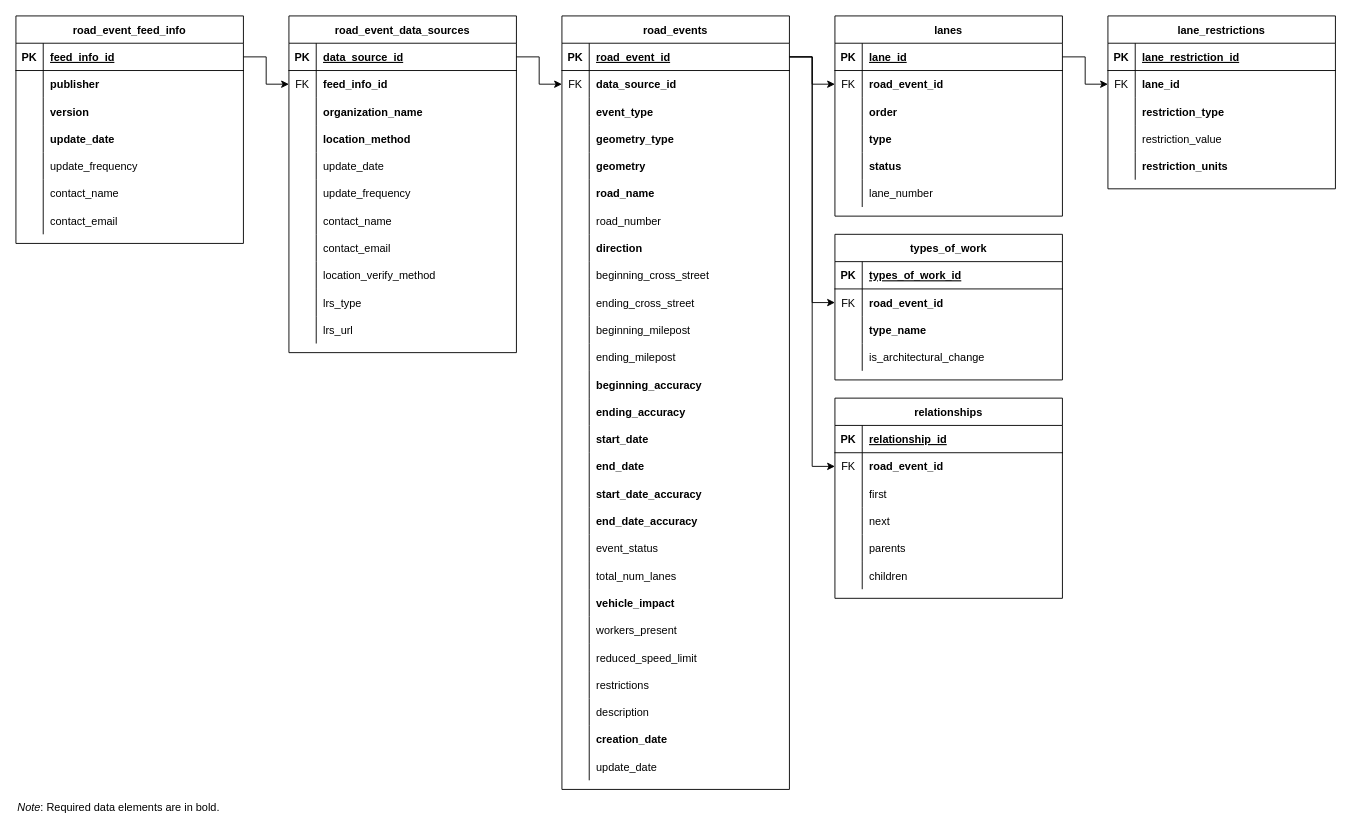
Before: page "road_event_erd" (1 of 2) of images/road_event_erd.drawio in usdot-jpo-ode/wzdx, a draw.io diagram. Source tidied: cells renumbered, new cells numbered last; positions are measured from the earlier drawing's top-left corner, leaving out a move shared by most shapes. Both pictures are drawn from the tidied source at 91%, with x=0, y=0 at pixel (15, 15).
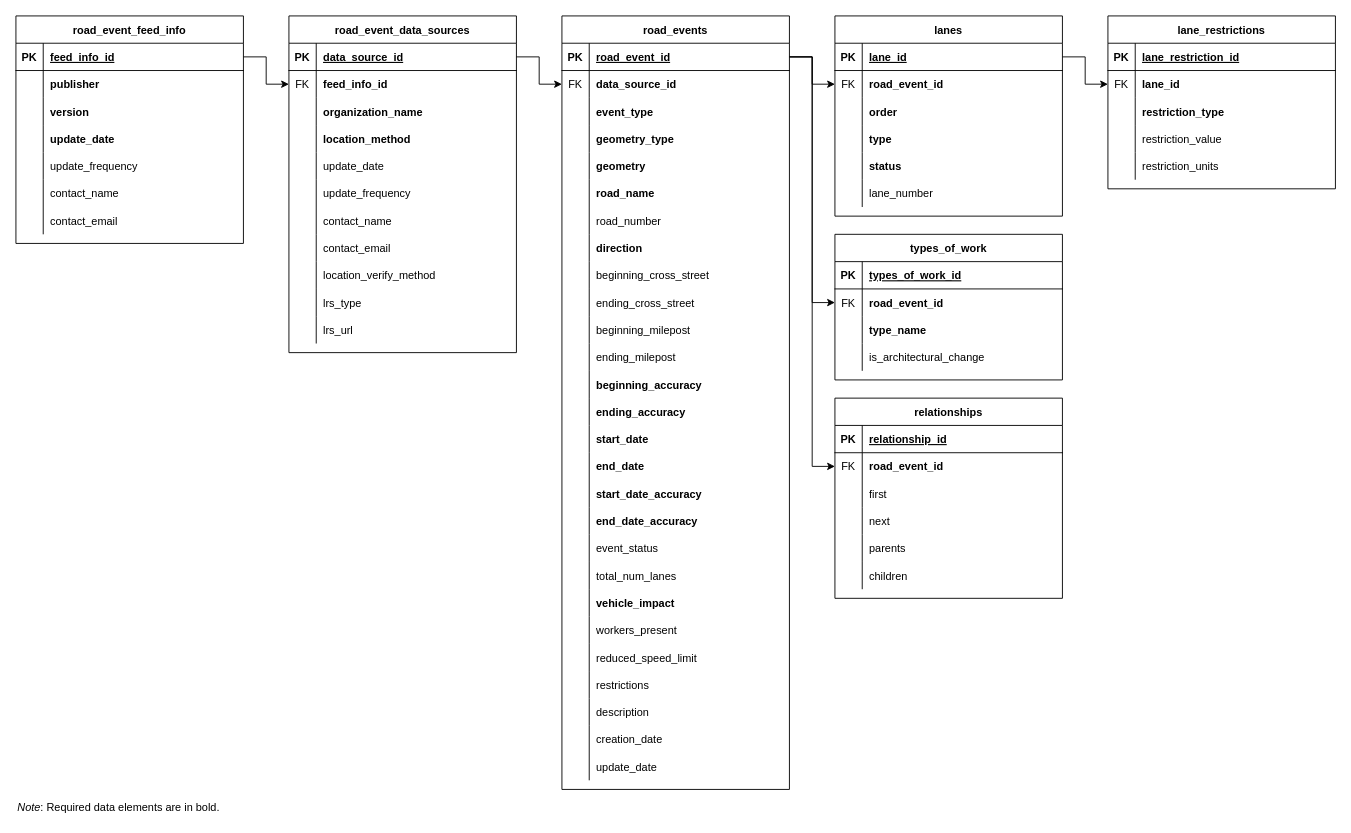
The same diagram, later.

Commit message (it also covers changes not shown here):
ERD fix: unbold creation_date and restriction_units

The change refers to these unchanged cells:
```xml
<mxCell id="138" style="shape=partialRectangle;fillColor=none;top=0;left=0;right=0;bottom=0;fontStyle=1;" parent="62" vertex="1">
  <mxGeometry y="780" width="250" height="30" as="geometry" />
</mxCell>
<mxCell id="210" style="shape=partialRectangle;fillColor=none;top=0;left=0;right=0;bottom=0;" parent="197" vertex="1">
  <mxGeometry y="150" width="250" height="30" as="geometry" />
</mxCell>
```

Diff of the diagram source:
```diff
@@
-    <mxCell id="140" value="creation_date" style="shape=partialRectangle;overflow=hidden;fillColor=none;top=0;left=0;bottom=0;right=0;align=left;spacingLeft=6;fontStyle=1;" parent="138" vertex="1">
+    <mxCell id="140" value="creation_date" style="shape=partialRectangle;overflow=hidden;fillColor=none;top=0;left=0;bottom=0;right=0;align=left;spacingLeft=6;fontStyle=0;" parent="138" vertex="1">
       <mxGeometry x="30" width="220" height="30" as="geometry" />
     </mxCell>
@@
-    <mxCell id="212" value="restriction_units" style="shape=partialRectangle;overflow=hidden;fillColor=none;top=0;left=0;bottom=0;right=0;align=left;spacingLeft=6;fontStyle=1;" parent="210" vertex="1">
+    <mxCell id="212" value="restriction_units" style="shape=partialRectangle;overflow=hidden;fillColor=none;top=0;left=0;bottom=0;right=0;align=left;spacingLeft=6;fontStyle=0;" parent="210" vertex="1">
       <mxGeometry x="30" width="220" height="30" as="geometry" />
     </mxCell>
```
